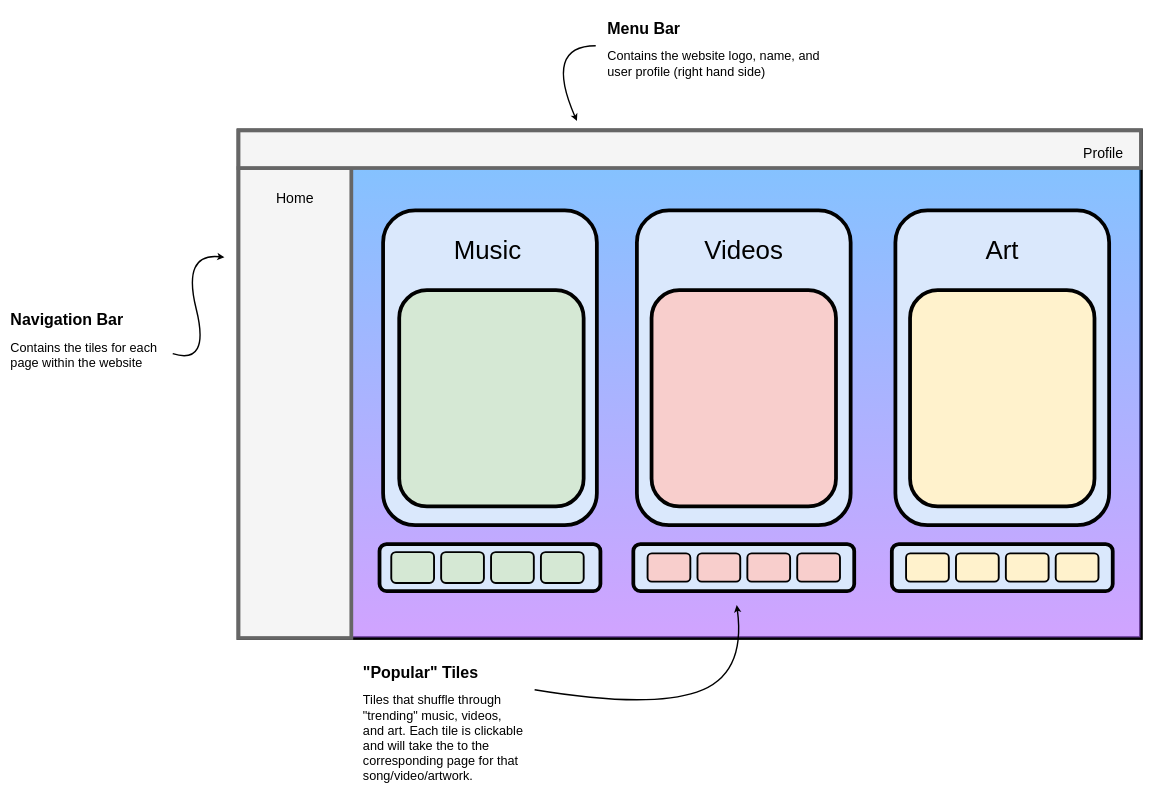
Above: page "Home" (2 of 4) of wireframe/UI_layout.drawio in ChicoState/sound-space (draw.io), before the change. Source tidied: cells renumbered, new cells numbered last; positions are measured from the earlier drawing's top-left corner, leaving out a move shared by most shapes. Both pictures are drawn from the tidied source at 47%, with x=0, y=0 at pixel (8, 13).
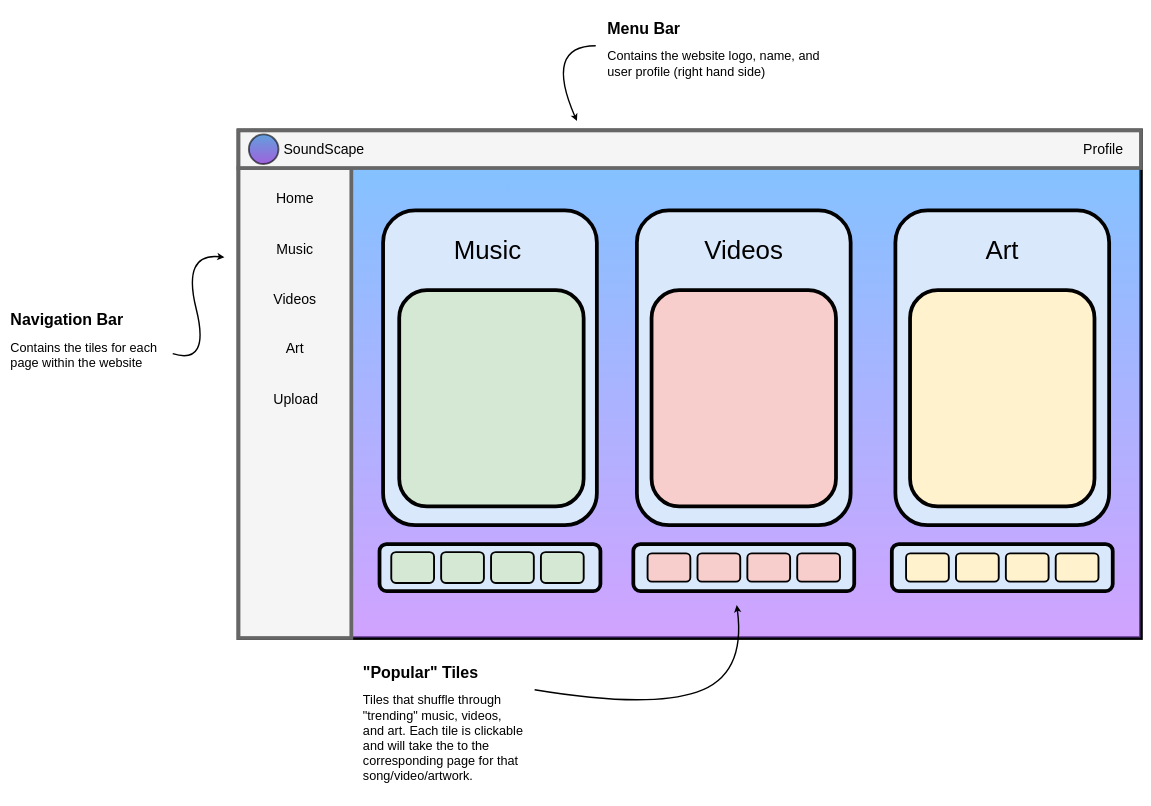
The same page after the edit.

Unchanged cells that the change refers to:
```xml
<mxCell id="9" style="group;" parent="1" vertex="1">
  <mxGeometry x="490" y="250" width="1920" height="1080" as="geometry" />
</mxCell>
```

Diff of the diagram source:
```diff
@@
     <mxCell id="40" value="&lt;font style=&quot;font-size: 30px&quot;&gt;Profile&lt;/font&gt;" style="text;html=1;strokeColor=none;fillColor=none;align=center;verticalAlign=middle;whiteSpace=wrap;rounded=0;fontSize=55;" parent="9" vertex="1">
-      <mxGeometry x="1810" y="25" width="60" height="30" as="geometry" />
+      <mxGeometry x="1810" y="16" width="60" height="30" as="geometry" />
     </mxCell>
+    <mxCell id="42" value="&lt;font style=&quot;font-size: 30px&quot;&gt;Music&lt;/font&gt;" style="text;html=1;strokeColor=none;fillColor=none;align=center;verticalAlign=middle;whiteSpace=wrap;rounded=0;fontSize=55;" parent="9" vertex="1">
+      <mxGeometry x="90" y="228" width="60" height="30" as="geometry" />
+    </mxCell>
+    <mxCell id="43" value="&lt;font style=&quot;font-size: 30px&quot;&gt;Videos&lt;/font&gt;" style="text;html=1;strokeColor=none;fillColor=none;align=center;verticalAlign=middle;whiteSpace=wrap;rounded=0;fontSize=55;" parent="9" vertex="1">
+      <mxGeometry x="90" y="335" width="60" height="30" as="geometry" />
+    </mxCell>
+    <mxCell id="44" value="&lt;font style=&quot;font-size: 30px&quot;&gt;Art&lt;/font&gt;" style="text;html=1;strokeColor=none;fillColor=none;align=center;verticalAlign=middle;whiteSpace=wrap;rounded=0;fontSize=55;" parent="9" vertex="1">
+      <mxGeometry x="90" y="439" width="60" height="30" as="geometry" />
+    </mxCell>
+    <mxCell id="45" value="&lt;font style=&quot;font-size: 30px&quot;&gt;Upload&lt;/font&gt;" style="text;html=1;strokeColor=none;fillColor=none;align=center;verticalAlign=middle;whiteSpace=wrap;rounded=0;fontSize=55;" parent="9" vertex="1">
+      <mxGeometry x="92" y="548" width="60" height="30" as="geometry" />
+    </mxCell>
+    <mxCell id="46" style="ellipse;whiteSpace=wrap;html=1;fontSize=30;strokeColor=#000000;strokeWidth=4;fillColor=#0066CC;gradientColor=#6600CC;opacity=60;" parent="9" vertex="1">
+      <mxGeometry x="22" y="8.5" width="63" height="63" as="geometry" />
+    </mxCell>
+    <mxCell id="47" value="&lt;font style=&quot;font-size: 30px&quot;&gt;SoundScape&lt;/font&gt;" style="text;html=1;strokeColor=none;fillColor=none;align=center;verticalAlign=middle;whiteSpace=wrap;rounded=0;fontSize=55;" parent="9" vertex="1">
+      <mxGeometry x="152" y="16" width="60" height="30" as="geometry" />
+    </mxCell>
```
